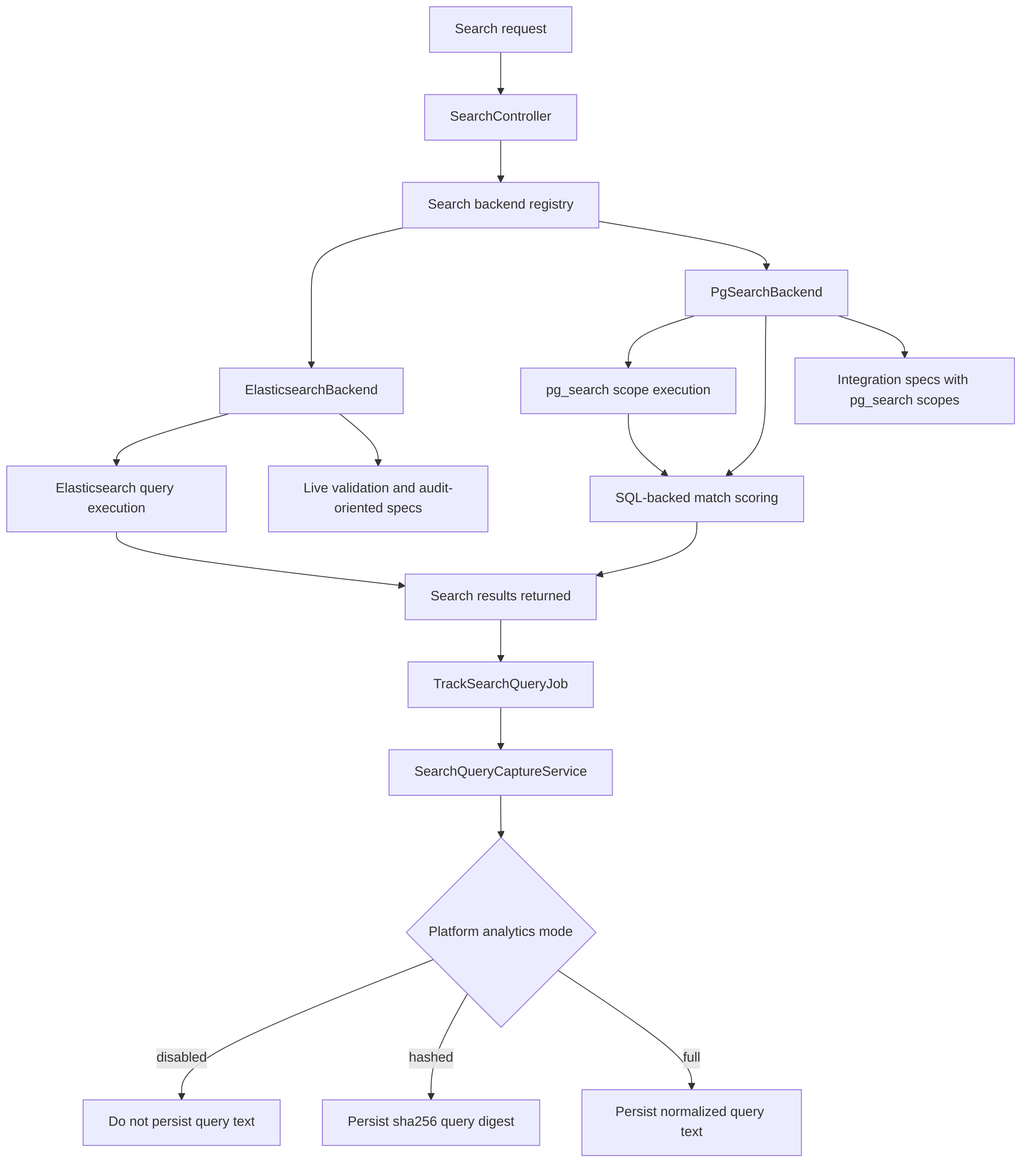
Earlier version of the Mermaid export docs/diagrams/exports/png/release_0_11_0_search_validation_flow.png (better-together-org/community-engine-rails). Its source is kept beside it as docs/diagrams/source/release_0_11_0_search_validation_flow.mmd.
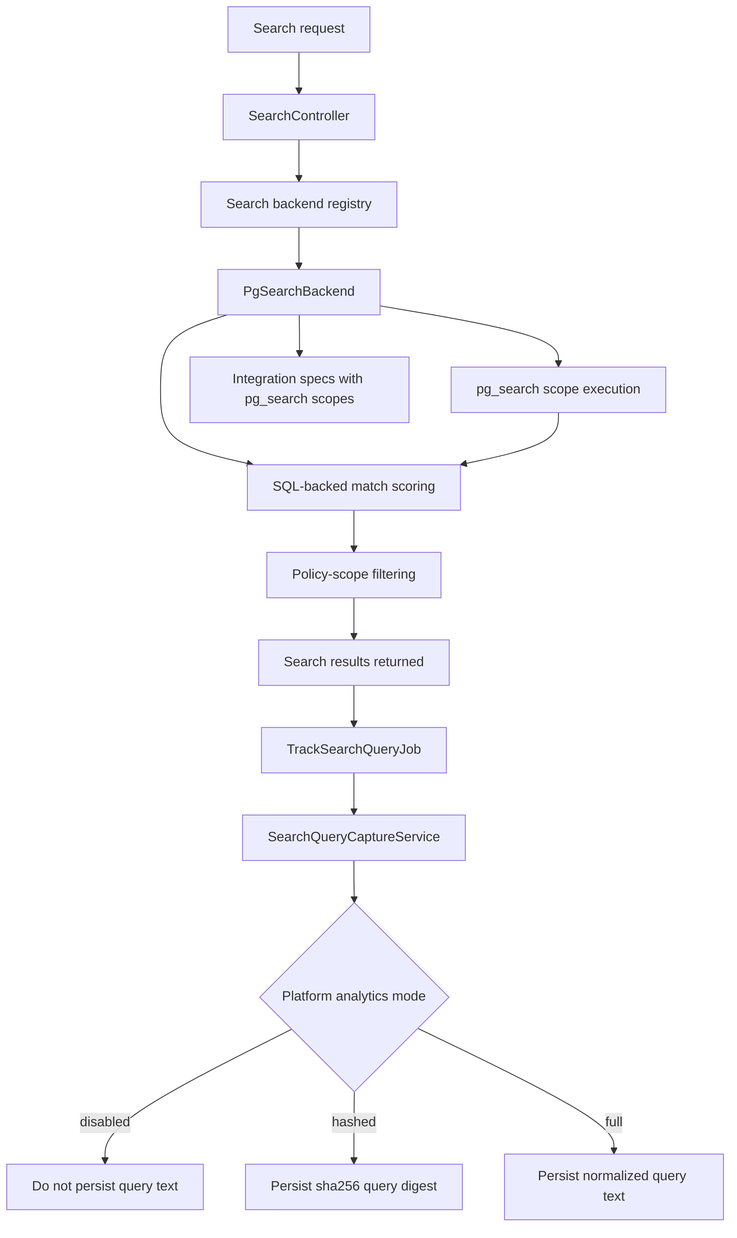
Later version of the same file.

What changed in the source:
```diff
@@ -1,19 +1,16 @@
 flowchart TD
     A[Search request] --> B[SearchController]
     B --> C[Search backend registry]
-    C --> D[ElasticsearchBackend]
     C --> P[PgSearchBackend]
-    D --> E[Elasticsearch query execution]
     P --> Q[pg_search scope execution]
     P --> R[SQL-backed match scoring]
     Q --> R
-    E --> F[Search results returned]
-    R --> F
+    R --> V[Policy-scope filtering]
+    V --> F[Search results returned]
     F --> G[TrackSearchQueryJob]
     G --> H[SearchQueryCaptureService]
     H --> I{Platform analytics mode}
     I -- disabled --> J[Do not persist query text]
     I -- hashed --> K[Persist sha256 query digest]
     I -- full --> L[Persist normalized query text]
-    D --> M[Live validation and audit-oriented specs]
     P --> N[Integration specs with pg_search scopes]
```
